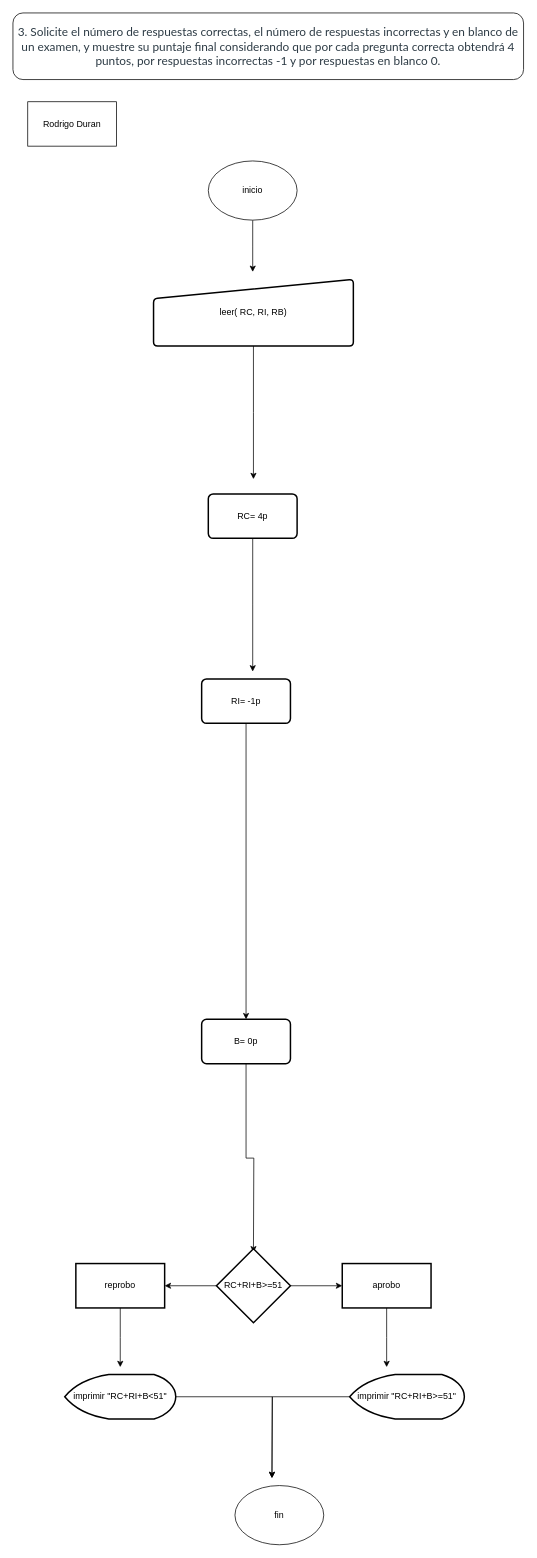
Before: page "Page-3" (3 of 3) of Untitled Diagram.drawio in 12RodrigoDuran/Formula, a draw.io diagram. Source tidied: cells renumbered, new cells numbered last; positions are measured from the earlier drawing's top-left corner, leaving out a move shared by most shapes. Both pictures are drawn from the tidied source at 74%, with x=0, y=0 at pixel (13, 13).
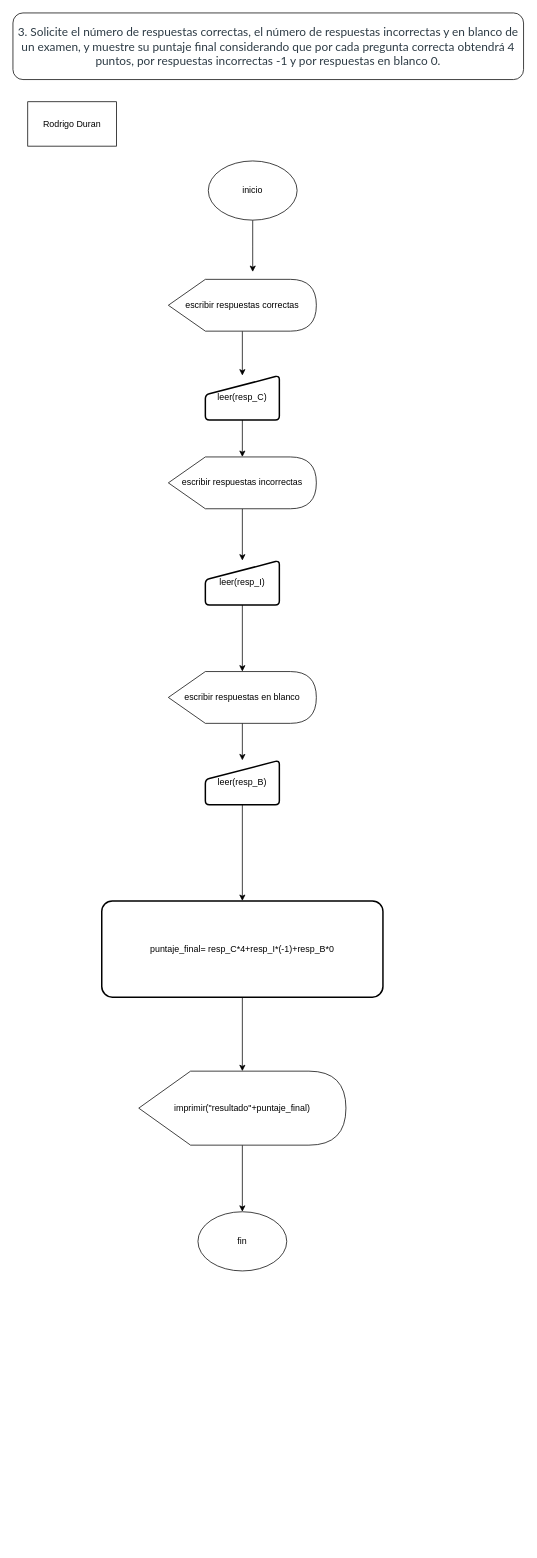
After the change.

The edit, as a diff of the source:
```diff
@@
-    <mxCell id="3" style="edgeStyle=orthogonalEdgeStyle;rounded=0;jettySize=auto;html=1;" parent="1" edge="1" source="4">
-      <mxGeometry relative="1" as="geometry">
-        <mxPoint x="325" y="630" as="targetPoint" />
-      </mxGeometry>
-    </mxCell>
-    <mxCell id="4" value="leer( RC, RI, RB)" style="html=1;strokeWidth=2;shape=manualInput;whiteSpace=wrap;rounded=1;size=26;arcSize=11;" parent="1" vertex="1">
-      <mxGeometry x="190" y="360" width="270" height="90" as="geometry" />
-    </mxCell>
-    <mxCell id="5" style="edgeStyle=orthogonalEdgeStyle;rounded=0;jettySize=auto;html=1;" parent="1" edge="1" source="6">
-      <mxGeometry relative="1" as="geometry">
-        <mxPoint x="324" y="890" as="targetPoint" />
-      </mxGeometry>
-    </mxCell>
-    <mxCell id="6" value="RC= 4p" style="whiteSpace=wrap;html=1;rounded=1;strokeWidth=2;arcSize=11;" parent="1" vertex="1">
-      <mxGeometry x="264" y="650" width="120" height="60" as="geometry" />
-    </mxCell>
-    <mxCell id="7" style="edgeStyle=orthogonalEdgeStyle;rounded=0;jettySize=auto;html=1;" parent="1" edge="1" source="8" target="10">
-      <mxGeometry relative="1" as="geometry" />
-    </mxCell>
-    <mxCell id="8" value="RI= -1p" style="whiteSpace=wrap;html=1;rounded=1;strokeWidth=2;arcSize=11;" parent="1" vertex="1">
-      <mxGeometry x="255" y="900" width="120" height="60" as="geometry" />
-    </mxCell>
-    <mxCell id="9" style="edgeStyle=orthogonalEdgeStyle;rounded=0;jettySize=auto;html=1;" parent="1" edge="1" source="10">
-      <mxGeometry relative="1" as="geometry">
-        <mxPoint x="325" y="1675" as="targetPoint" />
-      </mxGeometry>
-    </mxCell>
-    <mxCell id="10" value="B= 0p" style="whiteSpace=wrap;html=1;rounded=1;strokeWidth=2;arcSize=11;" parent="1" vertex="1">
-      <mxGeometry x="255" y="1360" width="120" height="60" as="geometry" />
-    </mxCell>
-    <mxCell id="11" style="edgeStyle=orthogonalEdgeStyle;rounded=0;jettySize=auto;html=1;" parent="1" edge="1" source="13" target="15">
-      <mxGeometry relative="1" as="geometry" />
-    </mxCell>
-    <mxCell id="12" style="edgeStyle=orthogonalEdgeStyle;rounded=0;jettySize=auto;html=1;" parent="1" edge="1" source="13" target="17">
-      <mxGeometry relative="1" as="geometry" />
-    </mxCell>
-    <mxCell id="13" value="RC+RI+B&amp;gt;=51" style="strokeWidth=2;html=1;shape=mxgraph.flowchart.decision;whiteSpace=wrap;" parent="1" vertex="1">
-      <mxGeometry x="275" y="1670" width="100" height="100" as="geometry" />
-    </mxCell>
-    <mxCell id="14" style="edgeStyle=orthogonalEdgeStyle;rounded=0;jettySize=auto;html=1;" parent="1" edge="1" source="15">
-      <mxGeometry relative="1" as="geometry">
-        <mxPoint x="505" y="1830" as="targetPoint" />
-      </mxGeometry>
-    </mxCell>
-    <mxCell id="15" value="aprobo" style="whiteSpace=wrap;html=1;strokeWidth=2;" parent="1" vertex="1">
-      <mxGeometry x="445" y="1690" width="120" height="60" as="geometry" />
-    </mxCell>
-    <mxCell id="16" style="edgeStyle=orthogonalEdgeStyle;rounded=0;jettySize=auto;html=1;" parent="1" edge="1" source="17">
-      <mxGeometry relative="1" as="geometry">
-        <mxPoint x="145" y="1830" as="targetPoint" />
-      </mxGeometry>
-    </mxCell>
-    <mxCell id="17" value="reprobo" style="whiteSpace=wrap;html=1;strokeWidth=2;" parent="1" vertex="1">
-      <mxGeometry x="85" y="1690" width="120" height="60" as="geometry" />
-    </mxCell>
-    <mxCell id="18" style="edgeStyle=orthogonalEdgeStyle;rounded=0;jettySize=auto;html=1;" parent="1" edge="1" source="19">
-      <mxGeometry relative="1" as="geometry">
-        <mxPoint x="350" y="1980" as="targetPoint" />
-      </mxGeometry>
-    </mxCell>
-    <mxCell id="19" value="imprimir &quot;RC+RI+B&amp;gt;=51&quot;" style="strokeWidth=2;html=1;shape=mxgraph.flowchart.display;whiteSpace=wrap;" parent="1" vertex="1">
-      <mxGeometry x="455" y="1840" width="155" height="60" as="geometry" />
-    </mxCell>
-    <mxCell id="20" style="edgeStyle=orthogonalEdgeStyle;rounded=0;jettySize=auto;html=1;" parent="1" edge="1" source="21">
-      <mxGeometry relative="1" as="geometry">
-        <mxPoint x="350" y="1980" as="targetPoint" />
-      </mxGeometry>
-    </mxCell>
-    <mxCell id="21" value="imprimir &quot;RC+RI+B&amp;lt;51&quot;" style="strokeWidth=2;html=1;shape=mxgraph.flowchart.display;whiteSpace=wrap;" parent="1" vertex="1">
-      <mxGeometry x="70" y="1840" width="150" height="60" as="geometry" />
-    </mxCell>
-    <mxCell id="22" value="fin" style="ellipse;whiteSpace=wrap;html=1;" parent="1" vertex="1">
-      <mxGeometry x="300" y="1990" width="120" height="80" as="geometry" />
-    </mxCell>
@@
+    <mxCell id="26" style="edgeStyle=orthogonalEdgeStyle;rounded=0;jettySize=auto;html=1;" parent="1" edge="1" source="27" target="29">
+      <mxGeometry relative="1" as="geometry" />
+    </mxCell>
+    <mxCell id="27" value="escribir respuestas correctas" style="shape=display;whiteSpace=wrap;html=1;" parent="1" vertex="1">
+      <mxGeometry x="210" y="360" width="200" height="70" as="geometry" />
+    </mxCell>
+    <mxCell id="28" style="edgeStyle=orthogonalEdgeStyle;rounded=0;jettySize=auto;html=1;" parent="1" edge="1" source="29" target="31">
+      <mxGeometry relative="1" as="geometry" />
+    </mxCell>
+    <mxCell id="29" value="leer(resp_C)" style="html=1;strokeWidth=2;shape=manualInput;whiteSpace=wrap;rounded=1;size=26;arcSize=11;" parent="1" vertex="1">
+      <mxGeometry x="260" y="490" width="100" height="60" as="geometry" />
+    </mxCell>
+    <mxCell id="30" style="edgeStyle=orthogonalEdgeStyle;rounded=0;jettySize=auto;html=1;" parent="1" edge="1" source="31" target="33">
+      <mxGeometry relative="1" as="geometry" />
+    </mxCell>
+    <mxCell id="31" value="escribir respuestas incorrectas" style="shape=display;whiteSpace=wrap;html=1;" parent="1" vertex="1">
+      <mxGeometry x="210" y="600" width="200" height="70" as="geometry" />
+    </mxCell>
+    <mxCell id="32" style="edgeStyle=orthogonalEdgeStyle;rounded=0;jettySize=auto;html=1;" parent="1" edge="1" source="33" target="35">
+      <mxGeometry relative="1" as="geometry" />
+    </mxCell>
+    <mxCell id="33" value="leer(resp_I)" style="html=1;strokeWidth=2;shape=manualInput;whiteSpace=wrap;rounded=1;size=26;arcSize=11;" parent="1" vertex="1">
+      <mxGeometry x="260" y="740" width="100" height="60" as="geometry" />
+    </mxCell>
+    <mxCell id="34" style="edgeStyle=orthogonalEdgeStyle;rounded=0;jettySize=auto;html=1;" parent="1" edge="1" source="35" target="37">
+      <mxGeometry relative="1" as="geometry" />
+    </mxCell>
+    <mxCell id="35" value="escribir respuestas en blanco" style="shape=display;whiteSpace=wrap;html=1;" parent="1" vertex="1">
+      <mxGeometry x="210" y="890" width="200" height="70" as="geometry" />
+    </mxCell>
+    <mxCell id="36" style="edgeStyle=orthogonalEdgeStyle;rounded=0;jettySize=auto;html=1;" parent="1" edge="1" source="37" target="39">
+      <mxGeometry relative="1" as="geometry" />
+    </mxCell>
+    <mxCell id="37" value="leer(resp_B)" style="html=1;strokeWidth=2;shape=manualInput;whiteSpace=wrap;rounded=1;size=26;arcSize=11;" parent="1" vertex="1">
+      <mxGeometry x="260" y="1010" width="100" height="60" as="geometry" />
+    </mxCell>
+    <mxCell id="38" style="edgeStyle=orthogonalEdgeStyle;rounded=0;jettySize=auto;html=1;" parent="1" edge="1" source="39" target="41">
+      <mxGeometry relative="1" as="geometry" />
+    </mxCell>
+    <mxCell id="39" value="puntaje_final= resp_C*4+resp_I*(-1)+resp_B*0" style="whiteSpace=wrap;html=1;rounded=1;strokeWidth=2;arcSize=11;" parent="1" vertex="1">
+      <mxGeometry x="120" y="1200" width="380" height="130" as="geometry" />
+    </mxCell>
+    <mxCell id="40" style="edgeStyle=orthogonalEdgeStyle;rounded=0;jettySize=auto;html=1;" parent="1" edge="1" source="41" target="22">
+      <mxGeometry relative="1" as="geometry" />
+    </mxCell>
+    <mxCell id="41" value="imprimir(&quot;resultado&quot;+puntaje_final)" style="shape=display;whiteSpace=wrap;html=1;" parent="1" vertex="1">
+      <mxGeometry x="170" y="1430" width="280" height="100" as="geometry" />
+    </mxCell>
+    <mxCell id="22" value="fin" style="ellipse;whiteSpace=wrap;html=1;" parent="1" vertex="1">
+      <mxGeometry x="250" y="1620" width="120" height="80" as="geometry" />
+    </mxCell>
```
